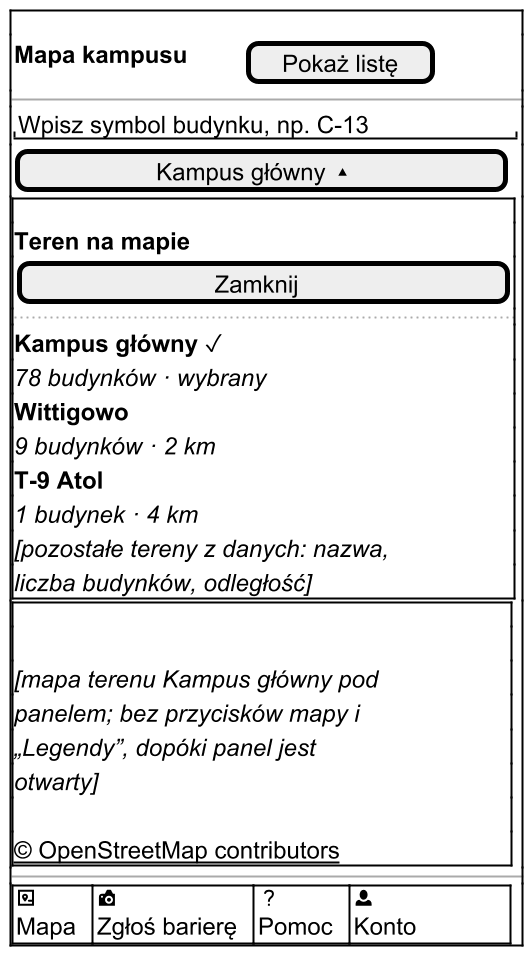
This is docs/docs/_generated/m-v1-mapa-teren-panel.png from dostepny-kampus/dostepny-kampus, a PlantUML export, as it was before one commit.
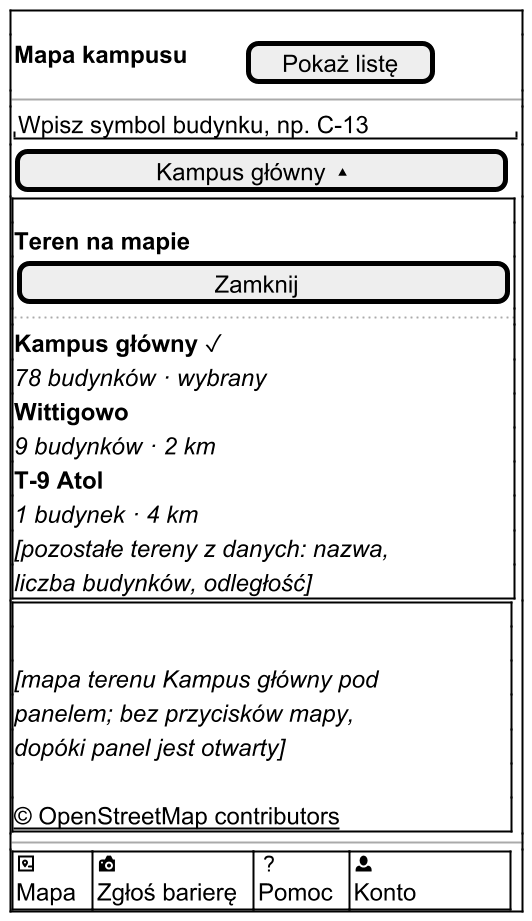
The same diagram one commit later.

The edit, as a diff of the source:
```diff
@@ -18,7 +18,7 @@
 <i>1 budynek · 4 km</i>
 $tekst("[pozostałe tereny z danych: nazwa, liczba budynków, odległość]", "i")
 }
-$mapa("mapa terenu Kampus główny pod panelem; bez przycisków mapy i „Legendy”, dopóki panel jest otwarty")
+$mapa("mapa terenu Kampus główny pod panelem; bez przycisków mapy, dopóki panel jest otwarty")
 $pasek_dolny_konto()
 $ekran_koniec()
 @endsalt
```
